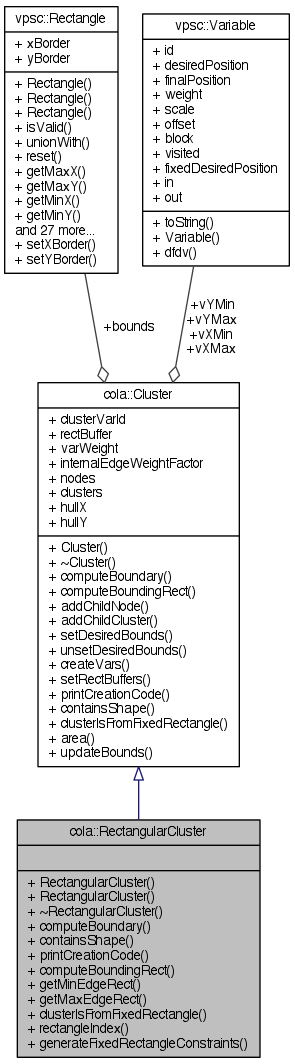
The Graphviz diagram documentation/classcola_1_1RectangularCluster__coll__graph.png in mjwybrow/adaptagrams, before a commit. Its source is kept beside it as documentation/classcola_1_1RectangularCluster__coll__graph.dot. The source it was exported from:
```dot
digraph "cola::RectangularCluster"
{
  edge [fontname="Helvetica",fontsize="10",labelfontname="Helvetica",labelfontsize="10"];
  node [fontname="Helvetica",fontsize="10",shape=record];
  Node1 [label="{cola::RectangularCluster\n||+ RectangularCluster()\l+ RectangularCluster()\l+ ~RectangularCluster()\l+ computeBoundary()\l+ containsShape()\l+ printCreationCode()\l+ computeBoundingRect()\l+ getMinEdgeRect()\l+ getMaxEdgeRect()\l+ clusterIsFromFixedRectangle()\l+ rectangleIndex()\l+ generateFixedRectangleConstraints()\l}",height=0.2,width=0.4,color="black", fillcolor="grey75", style="filled" fontcolor="black"];
  Node2 -> Node1 [dir="back",color="midnightblue",fontsize="10",style="solid",arrowtail="onormal",fontname="Helvetica"];
  Node2 [label="{cola::Cluster\n|+ clusterVarId\l+ rectBuffer\l+ varWeight\l+ internalEdgeWeightFactor\l+ nodes\l+ clusters\l+ hullX\l+ hullY\l|+ Cluster()\l+ ~Cluster()\l+ computeBoundary()\l+ computeBoundingRect()\l+ addChildNode()\l+ addChildCluster()\l+ setDesiredBounds()\l+ unsetDesiredBounds()\l+ createVars()\l+ setRectBuffers()\l+ printCreationCode()\l+ containsShape()\l+ clusterIsFromFixedRectangle()\l+ area()\l+ updateBounds()\l}",height=0.2,width=0.4,color="black", fillcolor="white", style="filled",URL="$classcola_1_1Cluster.html",tooltip="A cluster defines a hierarchical partitioning over the nodes which should be kept disjoint by the lay..."];
  Node3 -> Node2 [color="grey25",fontsize="10",style="solid",label=" +bounds" ,arrowhead="odiamond",fontname="Helvetica"];
  Node3 [label="{vpsc::Rectangle\n|+ xBorder\l+ yBorder\l|+ Rectangle()\l+ Rectangle()\l+ Rectangle()\l+ isValid()\l+ unionWith()\l+ reset()\l+ getMaxX()\l+ getMaxY()\l+ getMinX()\l+ getMinY()\land 27 more...\l+ setXBorder()\l+ setYBorder()\l}",height=0.2,width=0.4,color="black", fillcolor="white", style="filled",URL="$classvpsc_1_1Rectangle.html",tooltip="A rectangle represents a fixed-size shape in the diagram that may be moved to prevent overlaps and sa..."];
  Node4 -> Node2 [color="grey25",fontsize="10",style="solid",label=" +vYMin\n+vYMax\n+vXMin\n+vXMax" ,arrowhead="odiamond",fontname="Helvetica"];
  Node4 [label="{vpsc::Variable\n|+ id\l+ desiredPosition\l+ finalPosition\l+ weight\l+ scale\l+ offset\l+ block\l+ visited\l+ fixedDesiredPosition\l+ in\l+ out\l|+ toString()\l+ Variable()\l+ dfdv()\l}",height=0.2,width=0.4,color="black", fillcolor="white", style="filled",URL="$classvpsc_1_1Variable.html",tooltip="A variable is comprised of an ideal position, final position and a weight."];
}
```
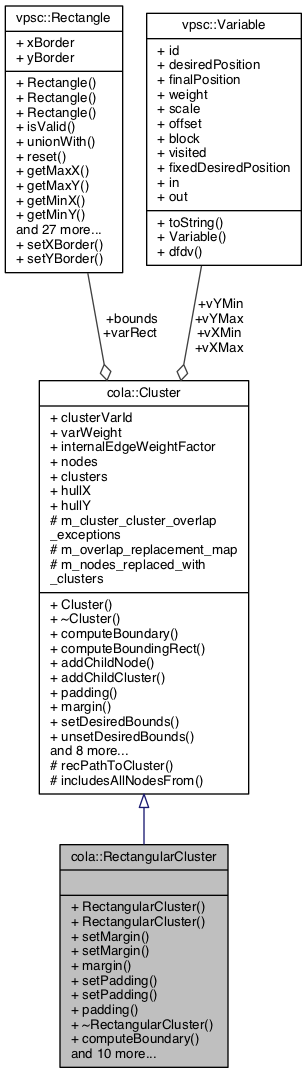
Later version of the same file.

Diff of the diagram source:
```diff
@@ -2,11 +2,11 @@
 {
   edge [fontname="Helvetica",fontsize="10",labelfontname="Helvetica",labelfontsize="10"];
   node [fontname="Helvetica",fontsize="10",shape=record];
-  Node1 [label="{cola::RectangularCluster\n||+ RectangularCluster()\l+ RectangularCluster()\l+ ~RectangularCluster()\l+ computeBoundary()\l+ containsShape()\l+ printCreationCode()\l+ computeBoundingRect()\l+ getMinEdgeRect()\l+ getMaxEdgeRect()\l+ clusterIsFromFixedRectangle()\l+ rectangleIndex()\l+ generateFixedRectangleConstraints()\l}",height=0.2,width=0.4,color="black", fillcolor="grey75", style="filled" fontcolor="black"];
+  Node1 [label="{cola::RectangularCluster\n||+ RectangularCluster()\l+ RectangularCluster()\l+ setMargin()\l+ setMargin()\l+ margin()\l+ setPadding()\l+ setPadding()\l+ padding()\l+ ~RectangularCluster()\l+ computeBoundary()\land 10 more...\l}",height=0.2,width=0.4,color="black", fillcolor="grey75", style="filled", fontcolor="black"];
   Node2 -> Node1 [dir="back",color="midnightblue",fontsize="10",style="solid",arrowtail="onormal",fontname="Helvetica"];
-  Node2 [label="{cola::Cluster\n|+ clusterVarId\l+ rectBuffer\l+ varWeight\l+ internalEdgeWeightFactor\l+ nodes\l+ clusters\l+ hullX\l+ hullY\l|+ Cluster()\l+ ~Cluster()\l+ computeBoundary()\l+ computeBoundingRect()\l+ addChildNode()\l+ addChildCluster()\l+ setDesiredBounds()\l+ unsetDesiredBounds()\l+ createVars()\l+ setRectBuffers()\l+ printCreationCode()\l+ containsShape()\l+ clusterIsFromFixedRectangle()\l+ area()\l+ updateBounds()\l}",height=0.2,width=0.4,color="black", fillcolor="white", style="filled",URL="$classcola_1_1Cluster.html",tooltip="A cluster defines a hierarchical partitioning over the nodes which should be kept disjoint by the lay..."];
-  Node3 -> Node2 [color="grey25",fontsize="10",style="solid",label=" +bounds" ,arrowhead="odiamond",fontname="Helvetica"];
+  Node2 [label="{cola::Cluster\n|+ clusterVarId\l+ varWeight\l+ internalEdgeWeightFactor\l+ nodes\l+ clusters\l+ hullX\l+ hullY\l# m_cluster_cluster_overlap\l_exceptions\l# m_overlap_replacement_map\l# m_nodes_replaced_with\l_clusters\l|+ Cluster()\l+ ~Cluster()\l+ computeBoundary()\l+ computeBoundingRect()\l+ addChildNode()\l+ addChildCluster()\l+ padding()\l+ margin()\l+ setDesiredBounds()\l+ unsetDesiredBounds()\land 8 more...\l# recPathToCluster()\l# includesAllNodesFrom()\l}",height=0.2,width=0.4,color="black", fillcolor="white", style="filled",URL="$classcola_1_1Cluster.html",tooltip="A cluster defines a hierarchical partitioning over the nodes which should be kept disjoint by the lay..."];
+  Node3 -> Node2 [color="grey25",fontsize="10",style="solid",label=" +bounds\n+varRect" ,arrowhead="odiamond",fontname="Helvetica"];
   Node3 [label="{vpsc::Rectangle\n|+ xBorder\l+ yBorder\l|+ Rectangle()\l+ Rectangle()\l+ Rectangle()\l+ isValid()\l+ unionWith()\l+ reset()\l+ getMaxX()\l+ getMaxY()\l+ getMinX()\l+ getMinY()\land 27 more...\l+ setXBorder()\l+ setYBorder()\l}",height=0.2,width=0.4,color="black", fillcolor="white", style="filled",URL="$classvpsc_1_1Rectangle.html",tooltip="A rectangle represents a fixed-size shape in the diagram that may be moved to prevent overlaps and sa..."];
   Node4 -> Node2 [color="grey25",fontsize="10",style="solid",label=" +vYMin\n+vYMax\n+vXMin\n+vXMax" ,arrowhead="odiamond",fontname="Helvetica"];
-  Node4 [label="{vpsc::Variable\n|+ id\l+ desiredPosition\l+ finalPosition\l+ weight\l+ scale\l+ offset\l+ block\l+ visited\l+ fixedDesiredPosition\l+ in\l+ out\l|+ toString()\l+ Variable()\l+ dfdv()\l}",height=0.2,width=0.4,color="black", fillcolor="white", style="filled",URL="$classvpsc_1_1Variable.html",tooltip="A variable is comprised of an ideal position, final position and a weight."];
+  Node4 [label="{vpsc::Variable\n|+ id\l+ desiredPosition\l+ finalPosition\l+ weight\l+ scale\l+ offset\l+ block\l+ visited\l+ fixedDesiredPosition\l+ in\l+ out\l|+ toString()\l+ Variable()\l+ dfdv()\l}",height=0.2,width=0.4,color="black", fillcolor="white", style="filled",URL="$classvpsc_1_1Variable.html",tooltip="A variable is comprised of an ideal position, final position and a weight. "];
 }
```
